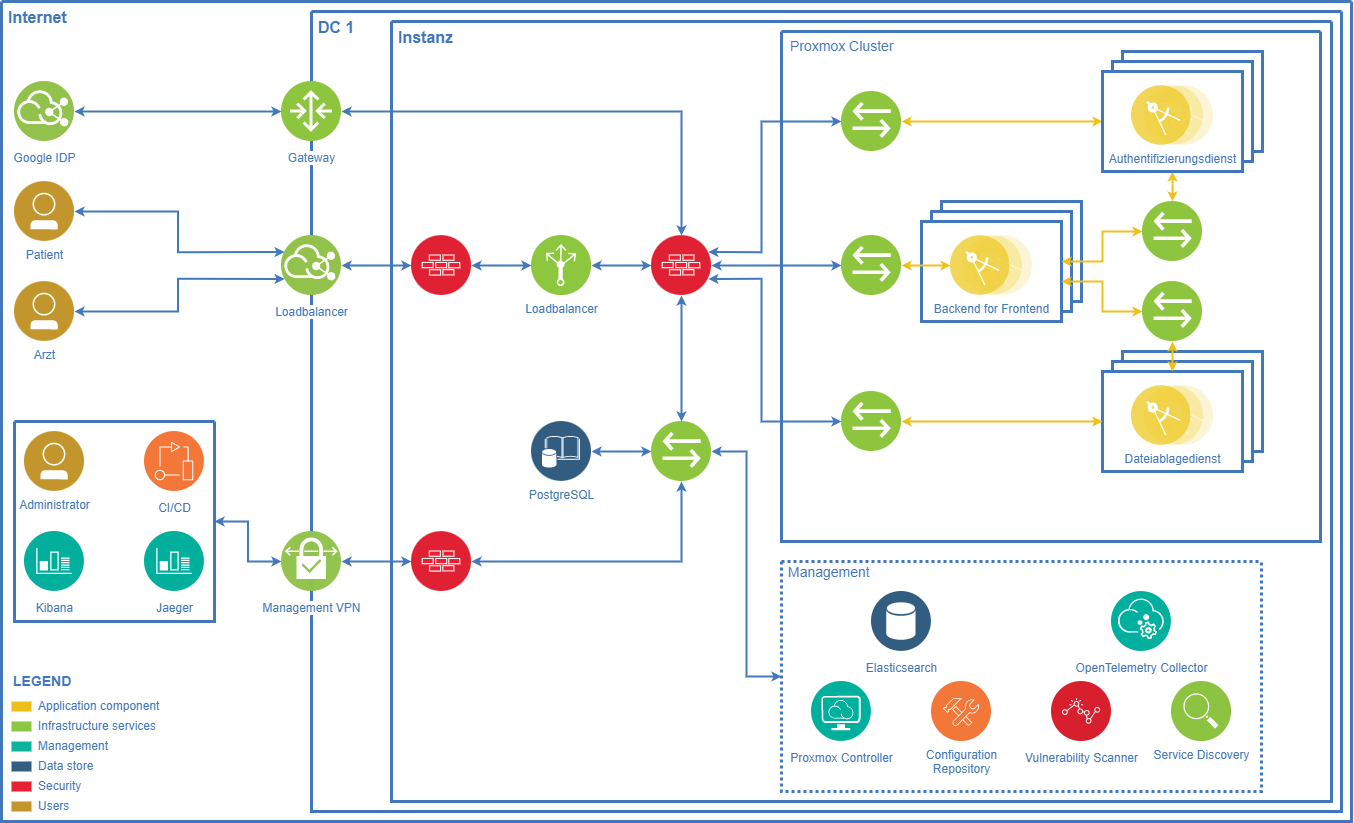
The draw.io diagram Dokumente/Operationales Modell/Logische Schicht.png in DavidFambach/Abgabe-ASE-Patientenakte, before a commit. Source tidied: cells renumbered, new cells last; positions are measured from the earlier drawing's top-left corner, leaving out a move shared by most shapes.
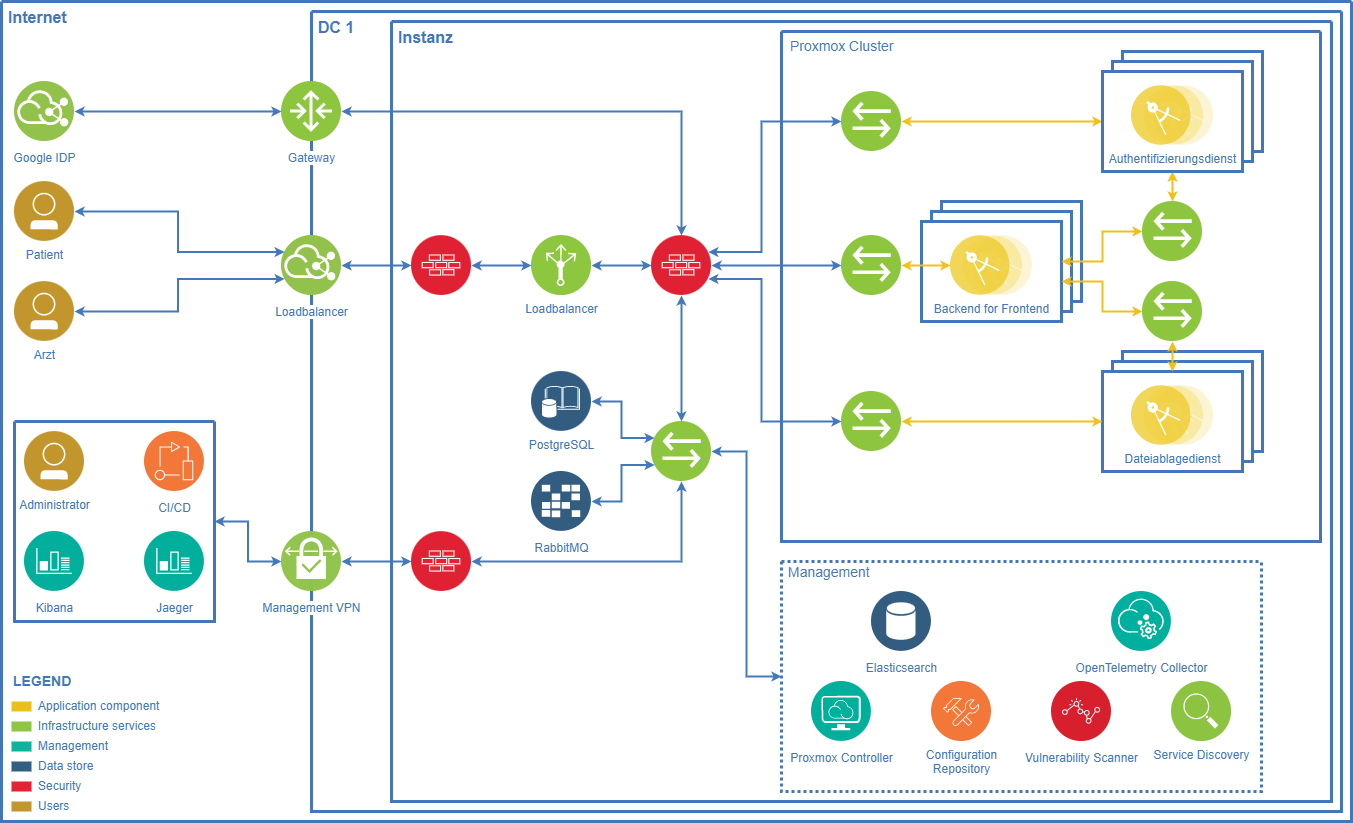
After the commit.

Commit message:
Added event queue to operational model

+ Added event queue to operational model

Diff of the diagram source:
```diff
@@ -100,7 +100,7 @@
       <mxGeometry width="180" height="35" as="geometry" />
     </mxCell>
     <mxCell id="33" value="PostgreSQL" style="perimeter=ellipsePerimeter;html=1;align=center;shadow=0;dashed=0;image;image=img/lib/ibm/data/enterprise_data.svg;labelBackgroundColor=#ffffff;strokeColor=#666666;strokeWidth=3;fillColor=#C2952D;gradientColor=none;fontSize=12;fontColor=#4277BB;" parent="31" vertex="1">
-      <mxGeometry x="140" y="400" width="60" height="60" as="geometry" />
+      <mxGeometry x="140" y="350" width="60" height="60" as="geometry" />
     </mxCell>
     <mxCell id="34" style="perimeter=ellipsePerimeter;html=1;align=center;shadow=0;dashed=0;fontColor=#4277BB;labelBackgroundColor=#ffffff;fontSize=12;spacingTop=3;image;image=img/lib/ibm/security/firewall.svg;dashPattern=1 1;strokeColor=#4277BB;strokeWidth=3;fillColor=default;" parent="31" vertex="1">
       <mxGeometry x="260" y="214" width="60" height="60" as="geometry" />
@@ -251,7 +251,7 @@
     <mxCell id="76" style="perimeter=ellipsePerimeter;html=1;align=center;shadow=0;dashed=0;fontColor=#4277BB;labelBackgroundColor=#ffffff;fontSize=12;spacingTop=3;image;image=img/lib/ibm/vpc/Bridge.svg;strokeColor=#4277BB;strokeWidth=3;fillColor=default;" parent="31" vertex="1">
       <mxGeometry x="260" y="400" width="60" height="60" as="geometry" />
     </mxCell>
-    <mxCell id="77" style="edgeStyle=orthogonalEdgeStyle;rounded=0;html=1;labelBackgroundColor=#ffffff;startArrow=classic;startFill=1;startSize=4;endArrow=classic;endFill=1;endSize=4;jettySize=auto;strokeColor=#4378BB;strokeWidth=2;fontSize=19;fontColor=#CC99FF;" parent="31" edge="1" source="33" target="76">
+    <mxCell id="77" style="edgeStyle=orthogonalEdgeStyle;rounded=0;html=1;labelBackgroundColor=#ffffff;startArrow=classic;startFill=1;startSize=4;endArrow=classic;endFill=1;endSize=4;jettySize=auto;strokeColor=#4378BB;strokeWidth=2;fontSize=19;fontColor=#CC99FF;entryX=0;entryY=0.25;entryDx=0;entryDy=0;" parent="31" edge="1" source="33" target="76">
       <mxGeometry relative="1" as="geometry" />
     </mxCell>
     <mxCell id="78" style="edgeStyle=orthogonalEdgeStyle;rounded=0;html=1;labelBackgroundColor=#ffffff;startArrow=classic;startFill=1;startSize=4;endArrow=classic;endFill=1;endSize=4;jettySize=auto;strokeColor=#4378BB;strokeWidth=2;fontSize=19;fontColor=#CC99FF;exitX=1;exitY=0.5;exitDx=0;exitDy=0;entryX=0;entryY=0.5;entryDx=0;entryDy=0;" parent="31" edge="1" source="76" target="35">
@@ -276,5 +276,11 @@
         </Array>
       </mxGeometry>
     </mxCell>
+    <mxCell id="84" value="RabbitMQ" style="perimeter=ellipsePerimeter;html=1;align=center;shadow=0;dashed=0;fontColor=#4277BB;labelBackgroundColor=#ffffff;fontSize=12;spacingTop=3;image;image=img/lib/ibm/data/caches.svg;" parent="31" vertex="1">
+      <mxGeometry x="140" y="450" width="60" height="60" as="geometry" />
+    </mxCell>
+    <mxCell id="85" style="edgeStyle=orthogonalEdgeStyle;rounded=0;html=1;labelBackgroundColor=#ffffff;startArrow=classic;startFill=1;startSize=4;endArrow=classic;endFill=1;endSize=4;jettySize=auto;strokeColor=#4378BB;strokeWidth=2;fontSize=19;fontColor=#CC99FF;entryX=0;entryY=0.75;entryDx=0;entryDy=0;" parent="31" edge="1" source="84" target="76">
+      <mxGeometry relative="1" as="geometry" />
+    </mxCell>
   </root>
 </mxGraphModel>
```
